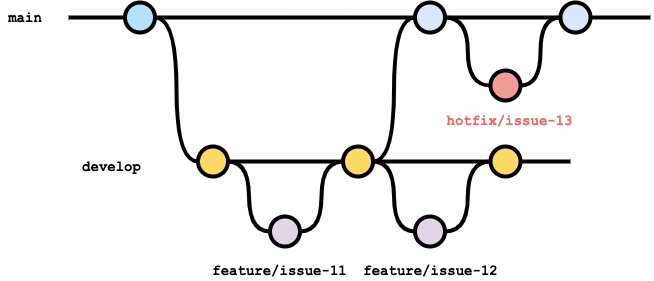
Before: documents/forGitBranch/branch_strategy_hotfix.drawio.png, a diagram exported from draw.io (future-architect/coding-standards). Source tidied: cells renumbered, new cells last; positions are measured from the earlier drawing's top-left corner, leaving out a move shared by most shapes.
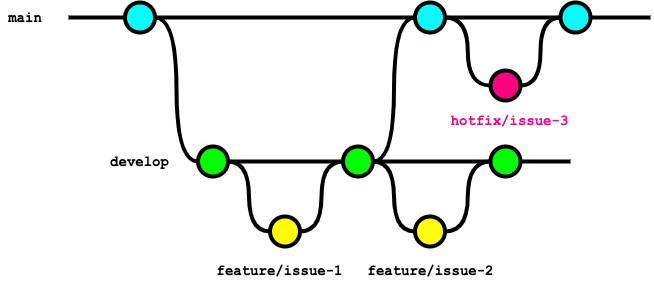
The same diagram one commit later.

The edit, as a diff of the source:
```diff
@@ -2,16 +2,13 @@
   <root>
     <mxCell id="0" />
     <mxCell id="1" parent="0" />
-    <mxCell id="2" style="edgeStyle=orthogonalEdgeStyle;rounded=0;html=1;jettySize=auto;plain-blue;endArrow=none;endFill=0;strokeWidth=4;strokeColor=#000000;" parent="1" edge="1" source="4" target="5">
-      <mxGeometry x="223.5" y="-542" as="geometry" />
-    </mxCell>
     <mxCell id="3" style="edgeStyle=orthogonalEdgeStyle;curved=1;rounded=0;html=1;exitX=1;exitY=0.5;exitPerimeter=0;entryX=0;entryY=0.5;entryPerimeter=0;endArrow=none;endFill=0;jettySize=auto;strokeWidth=4;fontSize=15;" parent="1" edge="1" source="4" target="8">
       <mxGeometry relative="1" as="geometry" />
     </mxCell>
-    <mxCell id="4" style="verticalLabelPosition=bottom;verticalAlign=top;html=1;strokeWidth=4;shape=mxgraph.flowchart.on-page_reference;plain-blue;gradientColor=none;fillColor=#B5E3Fe;strokeColor=#000000;" parent="1" vertex="1">
+    <mxCell id="4" style="verticalLabelPosition=bottom;verticalAlign=top;html=1;strokeWidth=4;shape=mxgraph.flowchart.on-page_reference;plain-blue;gradientColor=none;fillColor=#00FFFF;strokeColor=#000000;" parent="1" vertex="1">
       <mxGeometry x="124.5" width="30" height="30" as="geometry" />
     </mxCell>
-    <mxCell id="5" style="verticalLabelPosition=bottom;verticalAlign=top;html=1;strokeWidth=4;shape=mxgraph.flowchart.on-page_reference;plain-blue;gradientColor=none;strokeColor=#000000;" parent="1" vertex="1">
+    <mxCell id="5" style="verticalLabelPosition=bottom;verticalAlign=top;html=1;strokeWidth=4;shape=mxgraph.flowchart.on-page_reference;plain-blue;gradientColor=none;strokeColor=#000000;fillColor=#00FFFF;" parent="1" vertex="1">
       <mxGeometry x="414.5" width="30" height="30" as="geometry" />
     </mxCell>
     <mxCell id="6" style="edgeStyle=orthogonalEdgeStyle;rounded=0;html=1;jettySize=auto;strokeWidth=4;endArrow=none;endFill=0;" parent="1" edge="1" target="4">
@@ -22,39 +19,31 @@
     <mxCell id="7" value="main" style="text;html=1;strokeColor=none;fillColor=none;align=center;verticalAlign=middle;whiteSpace=wrap;overflow=hidden;fontSize=14;fontStyle=1;fontFamily=Courier New;" parent="1" vertex="1">
       <mxGeometry y="5" width="50" height="20" as="geometry" />
     </mxCell>
-    <mxCell id="8" style="verticalLabelPosition=bottom;verticalAlign=top;html=1;strokeWidth=4;shape=mxgraph.flowchart.on-page_reference;plain-purple;gradientColor=none;strokeColor=#000000;fillColor=#FFD966;" parent="1" vertex="1">
+    <mxCell id="8" style="verticalLabelPosition=bottom;verticalAlign=top;html=1;strokeWidth=4;shape=mxgraph.flowchart.on-page_reference;plain-purple;gradientColor=none;strokeColor=#000000;fillColor=#00FF00;" parent="1" vertex="1">
       <mxGeometry x="197.5" y="144" width="30" height="30" as="geometry" />
     </mxCell>
-    <mxCell id="9" style="verticalLabelPosition=bottom;verticalAlign=top;html=1;strokeWidth=4;shape=mxgraph.flowchart.on-page_reference;plain-purple;gradientColor=none;strokeColor=#000000;" parent="1" vertex="1">
+    <mxCell id="9" style="verticalLabelPosition=bottom;verticalAlign=top;html=1;strokeWidth=4;shape=mxgraph.flowchart.on-page_reference;plain-purple;gradientColor=none;strokeColor=#000000;fillColor=#FFFF00;" parent="1" vertex="1">
       <mxGeometry x="269.5" y="214" width="30" height="30" as="geometry" />
     </mxCell>
     <mxCell id="10" style="edgeStyle=orthogonalEdgeStyle;curved=1;rounded=0;html=1;exitX=1;exitY=0.5;exitPerimeter=0;entryX=0;entryY=0.5;entryPerimeter=0;endArrow=none;endFill=0;jettySize=auto;strokeWidth=4;fontSize=15;" parent="1" edge="1" source="11" target="5">
       <mxGeometry relative="1" as="geometry" />
     </mxCell>
-    <mxCell id="11" style="verticalLabelPosition=bottom;verticalAlign=top;html=1;strokeWidth=4;shape=mxgraph.flowchart.on-page_reference;plain-purple;gradientColor=none;strokeColor=#000000;fillColor=#FFD966;" parent="1" vertex="1">
+    <mxCell id="11" style="verticalLabelPosition=bottom;verticalAlign=top;html=1;strokeWidth=4;shape=mxgraph.flowchart.on-page_reference;plain-purple;gradientColor=none;strokeColor=#000000;fillColor=#00FF00;" parent="1" vertex="1">
       <mxGeometry x="342.5" y="144" width="30" height="30" as="geometry" />
     </mxCell>
     <mxCell id="12" value="develop" style="text;html=1;strokeColor=none;fillColor=none;align=center;verticalAlign=middle;whiteSpace=wrap;overflow=hidden;fontSize=14;fontStyle=1;fontFamily=Courier New;" parent="1" vertex="1">
-      <mxGeometry x="30" y="154" width="162.5" height="20" as="geometry" />
+      <mxGeometry x="58.2" y="149" width="162.5" height="20" as="geometry" />
     </mxCell>
     <mxCell id="13" style="edgeStyle=orthogonalEdgeStyle;curved=1;rounded=0;html=1;exitX=1;exitY=0.5;exitPerimeter=0;entryX=0;entryY=0.5;entryPerimeter=0;endArrow=none;endFill=0;jettySize=auto;strokeWidth=4;fontSize=15;exitDx=0;exitDy=0;entryDx=0;entryDy=0;" parent="1" edge="1" source="8" target="9">
       <mxGeometry relative="1" as="geometry" />
     </mxCell>
-    <mxCell id="14" style="edgeStyle=orthogonalEdgeStyle;rounded=0;html=1;jettySize=auto;plain-blue;endArrow=none;endFill=0;strokeWidth=4;strokeColor=#000000;exitX=1;exitY=0.5;exitDx=0;exitDy=0;exitPerimeter=0;" parent="1" edge="1" source="8">
-      <mxGeometry x="223.5" y="-542" as="geometry">
-        <mxPoint x="340" y="159" as="targetPoint" />
-      </mxGeometry>
-    </mxCell>
     <mxCell id="15" style="edgeStyle=orthogonalEdgeStyle;curved=1;rounded=0;html=1;exitX=1;exitY=0.5;exitPerimeter=0;entryX=0;entryY=0.5;entryPerimeter=0;endArrow=none;endFill=0;jettySize=auto;strokeWidth=4;fontSize=15;exitDx=0;exitDy=0;entryDx=0;entryDy=0;" parent="1" edge="1" source="9" target="11">
       <mxGeometry relative="1" as="geometry" />
     </mxCell>
-    <mxCell id="16" style="verticalLabelPosition=bottom;verticalAlign=top;html=1;strokeWidth=4;shape=mxgraph.flowchart.on-page_reference;plain-purple;gradientColor=none;strokeColor=#000000;" parent="1" vertex="1">
+    <mxCell id="16" style="verticalLabelPosition=bottom;verticalAlign=top;html=1;strokeWidth=4;shape=mxgraph.flowchart.on-page_reference;plain-purple;gradientColor=none;strokeColor=#000000;fillColor=#FFFF00;" parent="1" vertex="1">
       <mxGeometry x="414.5" y="214" width="30" height="30" as="geometry" />
     </mxCell>
-    <mxCell id="17" style="edgeStyle=orthogonalEdgeStyle;rounded=0;html=1;jettySize=auto;plain-blue;endArrow=none;endFill=0;strokeWidth=4;strokeColor=#000000;exitX=1;exitY=0.5;exitDx=0;exitDy=0;exitPerimeter=0;" parent="1" edge="1" source="11" target="18">
-      <mxGeometry x="223.5" y="-542" as="geometry" />
-    </mxCell>
-    <mxCell id="18" style="verticalLabelPosition=bottom;verticalAlign=top;html=1;strokeWidth=4;shape=mxgraph.flowchart.on-page_reference;plain-purple;gradientColor=none;strokeColor=#000000;fillColor=#FFD966;" parent="1" vertex="1">
+    <mxCell id="18" style="verticalLabelPosition=bottom;verticalAlign=top;html=1;strokeWidth=4;shape=mxgraph.flowchart.on-page_reference;plain-purple;gradientColor=none;strokeColor=#000000;fillColor=#00FF00;" parent="1" vertex="1">
       <mxGeometry x="490" y="144" width="30" height="30" as="geometry" />
     </mxCell>
     <mxCell id="19" style="edgeStyle=orthogonalEdgeStyle;curved=1;rounded=0;html=1;exitX=0;exitY=0.5;exitPerimeter=0;entryX=1;entryY=0.5;entryPerimeter=0;endArrow=none;endFill=0;jettySize=auto;strokeWidth=4;fontSize=15;exitDx=0;exitDy=0;entryDx=0;entryDy=0;" parent="1" edge="1" source="16" target="11">
@@ -68,7 +57,7 @@
         <mxPoint x="570" y="159" as="targetPoint" />
       </mxGeometry>
     </mxCell>
-    <mxCell id="22" style="verticalLabelPosition=bottom;verticalAlign=top;html=1;strokeWidth=4;shape=mxgraph.flowchart.on-page_reference;plain-blue;gradientColor=none;strokeColor=#000000;fillColor=#F19C99;" parent="1" vertex="1">
+    <mxCell id="22" style="verticalLabelPosition=bottom;verticalAlign=top;html=1;strokeWidth=4;shape=mxgraph.flowchart.on-page_reference;plain-blue;gradientColor=none;strokeColor=#000000;fillColor=#FF0080;" parent="1" vertex="1">
       <mxGeometry x="490" y="68" width="30" height="30" as="geometry" />
     </mxCell>
     <mxCell id="23" style="edgeStyle=orthogonalEdgeStyle;curved=1;rounded=0;jettySize=auto;html=1;endArrow=none;endFill=0;strokeWidth=4;fontFamily=Courier New;fontSize=16;" parent="1" edge="1" source="5">
@@ -76,7 +65,7 @@
         <mxPoint x="650" y="15" as="targetPoint" />
       </mxGeometry>
     </mxCell>
-    <mxCell id="24" style="verticalLabelPosition=bottom;verticalAlign=top;html=1;strokeWidth=4;shape=mxgraph.flowchart.on-page_reference;plain-blue;gradientColor=none;strokeColor=#000000;" parent="1" vertex="1">
+    <mxCell id="24" style="verticalLabelPosition=bottom;verticalAlign=top;html=1;strokeWidth=4;shape=mxgraph.flowchart.on-page_reference;plain-blue;gradientColor=none;strokeColor=#000000;fillColor=#00FFFF;" parent="1" vertex="1">
       <mxGeometry x="560" width="30" height="30" as="geometry" />
     </mxCell>
     <mxCell id="25" style="edgeStyle=orthogonalEdgeStyle;curved=1;rounded=0;html=1;exitX=1;exitY=0.5;exitPerimeter=0;entryX=0;entryY=0.5;entryPerimeter=0;endArrow=none;endFill=0;jettySize=auto;strokeWidth=4;fontSize=15;exitDx=0;exitDy=0;entryDx=0;entryDy=0;" parent="1" edge="1" source="5" target="22">
@@ -85,14 +74,23 @@
     <mxCell id="26" style="edgeStyle=orthogonalEdgeStyle;curved=1;rounded=0;html=1;exitX=1;exitY=0.5;exitPerimeter=0;entryX=0;entryY=0.5;entryPerimeter=0;endArrow=none;endFill=0;jettySize=auto;strokeWidth=4;fontSize=15;exitDx=0;exitDy=0;entryDx=0;entryDy=0;" parent="1" edge="1" source="22" target="24">
       <mxGeometry relative="1" as="geometry" />
     </mxCell>
-    <mxCell id="27" value="hotfix/issue-13" style="text;html=1;strokeColor=none;fillColor=none;align=center;verticalAlign=middle;whiteSpace=wrap;overflow=hidden;fontSize=14;fontStyle=1;fontFamily=Courier New;fontColor=#EA6B66;" parent="1" vertex="1">
+    <mxCell id="27" value="hotfix/issue-3" style="text;html=1;strokeColor=none;fillColor=none;align=center;verticalAlign=middle;whiteSpace=wrap;overflow=hidden;fontSize=14;fontStyle=1;fontFamily=Courier New;fontColor=#FF0080;" parent="1" vertex="1">
       <mxGeometry x="427.5" y="108" width="162.5" height="20" as="geometry" />
     </mxCell>
-    <mxCell id="28" value="feature/issue-11" style="text;html=1;strokeColor=none;fillColor=none;align=center;verticalAlign=middle;whiteSpace=wrap;overflow=hidden;fontSize=14;fontStyle=1;fontFamily=Courier New;" parent="1" vertex="1">
+    <mxCell id="28" value="feature/issue-1" style="text;html=1;strokeColor=none;fillColor=none;align=center;verticalAlign=middle;whiteSpace=wrap;overflow=hidden;fontSize=14;fontStyle=1;fontFamily=Courier New;" parent="1" vertex="1">
       <mxGeometry x="197.5" y="258" width="162.5" height="20" as="geometry" />
     </mxCell>
-    <mxCell id="29" value="feature/issue-12" style="text;html=1;strokeColor=none;fillColor=none;align=center;verticalAlign=middle;whiteSpace=wrap;overflow=hidden;fontSize=14;fontStyle=1;fontFamily=Courier New;" parent="1" vertex="1">
+    <mxCell id="29" value="feature/issue-2" style="text;html=1;strokeColor=none;fillColor=none;align=center;verticalAlign=middle;whiteSpace=wrap;overflow=hidden;fontSize=14;fontStyle=1;fontFamily=Courier New;" parent="1" vertex="1">
       <mxGeometry x="349" y="258" width="162.5" height="20" as="geometry" />
     </mxCell>
+    <mxCell id="30" style="edgeStyle=orthogonalEdgeStyle;curved=1;rounded=0;jettySize=auto;html=1;endArrow=none;endFill=0;strokeWidth=4;fontFamily=Courier New;fontSize=16;exitX=1;exitY=0.5;exitDx=0;exitDy=0;exitPerimeter=0;entryX=0;entryY=0.5;entryDx=0;entryDy=0;entryPerimeter=0;" parent="1" edge="1" source="8" target="11">
+      <mxGeometry relative="1" as="geometry" />
+    </mxCell>
+    <mxCell id="17" style="edgeStyle=orthogonalEdgeStyle;curved=1;rounded=0;jettySize=auto;html=1;endArrow=none;endFill=0;strokeWidth=4;fontFamily=Courier New;fontSize=16;exitX=1;exitY=0.5;exitDx=0;exitDy=0;exitPerimeter=0;entryX=0;entryY=0.5;entryDx=0;entryDy=0;entryPerimeter=0;" parent="1" edge="1" source="11" target="18">
+      <mxGeometry relative="1" as="geometry" />
+    </mxCell>
+    <mxCell id="2" style="edgeStyle=orthogonalEdgeStyle;curved=1;rounded=0;jettySize=auto;html=1;endArrow=none;endFill=0;strokeWidth=4;fontFamily=Courier New;fontSize=16;exitX=1;exitY=0.5;exitDx=0;exitDy=0;exitPerimeter=0;entryX=0;entryY=0.5;entryDx=0;entryDy=0;entryPerimeter=0;" parent="1" edge="1" source="4" target="5">
+      <mxGeometry relative="1" as="geometry" />
+    </mxCell>
   </root>
 </mxGraphModel>
```
